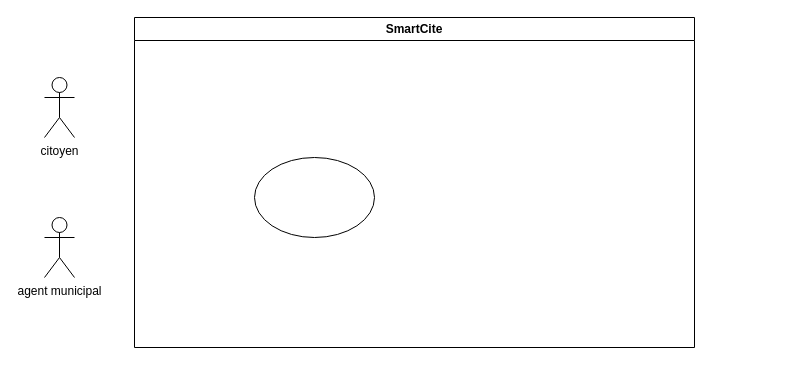
This is diagrams/smartCite_Diagram.drawio from VYoungui/SmartCite, a draw.io file, before an edit. Source tidied: cells renumbered, new cells numbered last; positions are measured from the earlier drawing's top-left corner, leaving out a move shared by most shapes. Both pictures are drawn from the tidied source at 100%, with x=0, y=0 at pixel (44, 17).
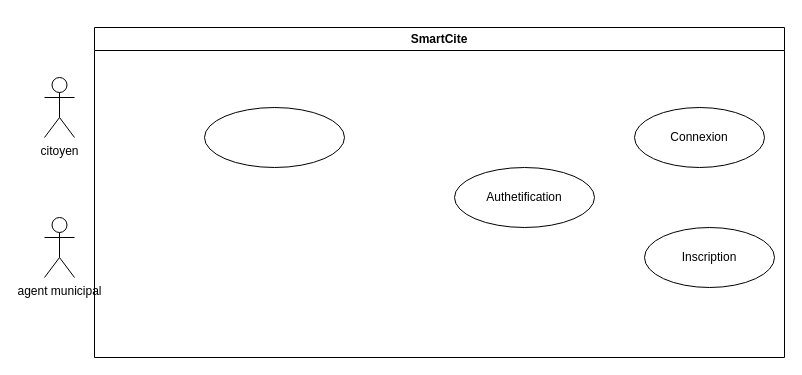
The same page after the edit.

Commit message (it also covers changes not shown here):
Mettre à jour smartCite_Diagram.drawio

What changed in the source:
```diff
@@
 <mxGraphModel>
   <root>
     <mxCell id="0" />
     <mxCell id="1" parent="0" />
     <mxCell id="2" value="SmartCite" style="swimlane;whiteSpace=wrap;html=1;" parent="1" vertex="1">
-      <mxGeometry x="90" width="560" height="330" as="geometry" />
+      <mxGeometry x="50" y="10" width="690" height="330" as="geometry" />
     </mxCell>
+    <mxCell id="5" value="Authetification" style="ellipse;whiteSpace=wrap;html=1;" parent="2" vertex="1">
+      <mxGeometry x="360" y="140" width="140" height="60" as="geometry" />
+    </mxCell>
+    <mxCell id="6" value="Inscription" style="ellipse;whiteSpace=wrap;html=1;" parent="2" vertex="1">
+      <mxGeometry x="550" y="200" width="130" height="60" as="geometry" />
+    </mxCell>
+    <mxCell id="7" value="Connexion" style="ellipse;whiteSpace=wrap;html=1;" parent="2" vertex="1">
+      <mxGeometry x="540" y="80" width="130" height="60" as="geometry" />
+    </mxCell>
+    <mxCell id="8" style="ellipse;whiteSpace=wrap;html=1;" parent="2" vertex="1">
+      <mxGeometry x="110" y="80" width="140" height="60" as="geometry" />
+    </mxCell>
     <mxCell id="3" value="citoyen&lt;div&gt;&lt;br&gt;&lt;/div&gt;" style="shape=umlActor;verticalLabelPosition=bottom;verticalAlign=top;html=1;" parent="1" vertex="1">
       <mxGeometry y="60" width="30" height="60" as="geometry" />
     </mxCell>
     <mxCell id="4" value="agent municipal" style="shape=umlActor;verticalLabelPosition=bottom;verticalAlign=top;html=1;" parent="1" vertex="1">
       <mxGeometry y="200" width="30" height="60" as="geometry" />
     </mxCell>
-    <mxCell id="5" style="ellipse;whiteSpace=wrap;html=1;" parent="1" vertex="1">
-      <mxGeometry x="210" y="140" width="120" height="80" as="geometry" />
-    </mxCell>
   </root>
 </mxGraphModel>
```
